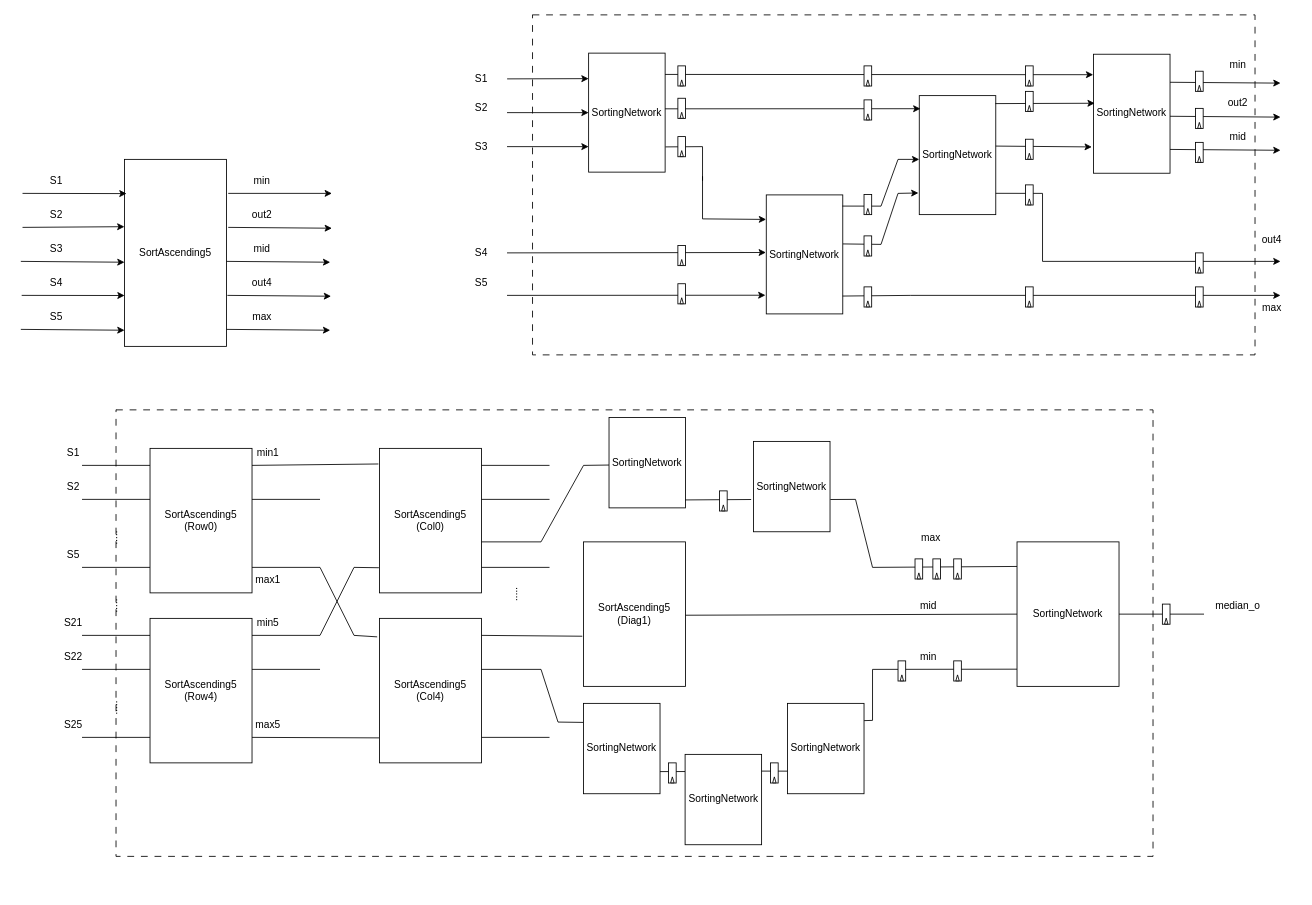
Earlier version of the draw.io diagram Draw/MedianFilterModules/Median5x5Calc.drawio (Hieuueihm/Thesis). Source tidied: cells renumbered, new cells numbered last; positions are measured from the earlier drawing's top-left corner, leaving out a move shared by most shapes. Both pictures are drawn from the tidied source at 85%, with x=0, y=0 at pixel (20, 14).
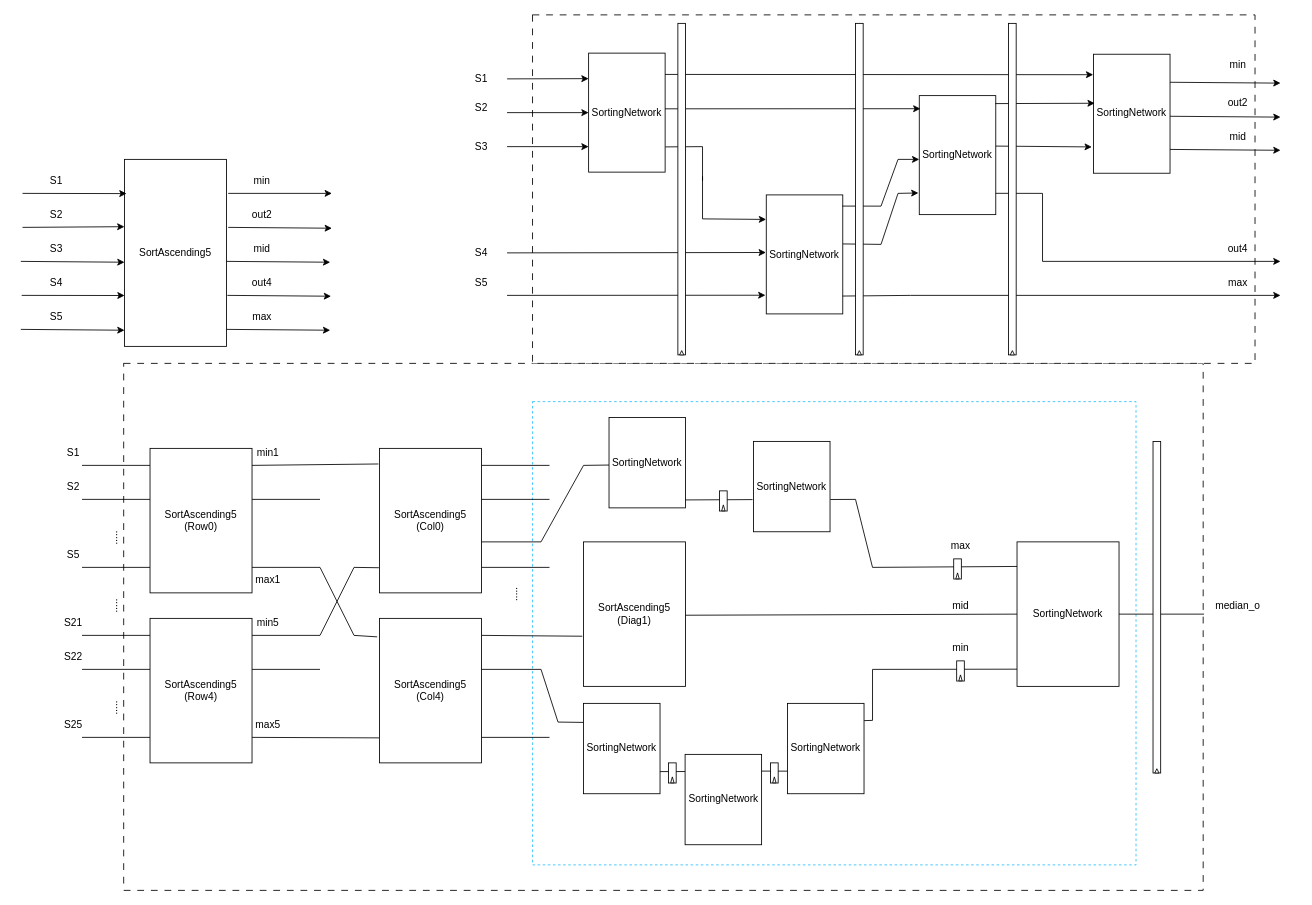
The same page after the edit.

The change refers to these unchanged cells:
```xml
<mxCell id="94" value="SortingNetwork" style="rounded=0;whiteSpace=wrap;html=1;" parent="1" vertex="1">
  <mxGeometry x="692" y="473.7" width="90" height="106.3" as="geometry" />
</mxCell>
<mxCell id="95" value="SortingNetwork" style="rounded=0;whiteSpace=wrap;html=1;" parent="1" vertex="1">
  <mxGeometry x="862" y="501.8" width="90" height="106.3" as="geometry" />
</mxCell>
```

Change to the diagram source:
```diff
@@
+    <mxCell id="3" style="rounded=0;whiteSpace=wrap;html=1;dashed=1;dashPattern=8 8;" parent="1" vertex="1">
+      <mxGeometry x="121" y="410" width="1270" height="620" as="geometry" />
+    </mxCell>
+    <mxCell id="198" style="rounded=0;whiteSpace=wrap;html=1;dashed=1;strokeColor=#2EC0FF;" parent="1" vertex="1">
+      <mxGeometry x="602" y="455" width="710" height="545" as="geometry" />
+    </mxCell>
     <mxCell id="2" style="rounded=0;whiteSpace=wrap;html=1;dashed=1;dashPattern=8 8;" parent="1" vertex="1">
-      <mxGeometry x="602" width="850" height="400" as="geometry" />
+      <mxGeometry x="602" width="850" height="410" as="geometry" />
     </mxCell>
-    <mxCell id="3" style="rounded=0;whiteSpace=wrap;html=1;dashed=1;dashPattern=8 8;" parent="1" vertex="1">
-      <mxGeometry x="112" y="464.7" width="1220" height="525.3" as="geometry" />
-    </mxCell>
@@
     <mxCell id="45" value="mid" style="text;html=1;align=center;verticalAlign=middle;whiteSpace=wrap;rounded=0;" parent="1" vertex="1">
-      <mxGeometry x="1037.5" y="680" width="60" height="30" as="geometry" />
+      <mxGeometry x="1075.5" y="680" width="60" height="30" as="geometry" />
     </mxCell>
     <mxCell id="46" value="min" style="text;html=1;align=center;verticalAlign=middle;whiteSpace=wrap;rounded=0;" parent="1" vertex="1">
-      <mxGeometry x="1037.5" y="740" width="60" height="30" as="geometry" />
+      <mxGeometry x="1075.5" y="730" width="60" height="30" as="geometry" />
     </mxCell>
@@
     <mxCell id="84" value="max" style="text;html=1;align=center;verticalAlign=middle;whiteSpace=wrap;rounded=0;" parent="1" vertex="1">
-      <mxGeometry x="1442" y="330" width="60" height="30" as="geometry" />
+      <mxGeometry x="1402" y="300" width="60" height="30" as="geometry" />
     </mxCell>
@@
     <mxCell id="86" value="out4" style="text;html=1;align=center;verticalAlign=middle;whiteSpace=wrap;rounded=0;" parent="1" vertex="1">
-      <mxGeometry x="1442" y="250" width="60" height="30" as="geometry" />
+      <mxGeometry x="1402" y="260" width="60" height="30" as="geometry" />
     </mxCell>
@@
-    <mxCell id="96" style="endArrow=none;html=1;rounded=0;exitX=0.995;exitY=0.912;exitDx=0;exitDy=0;exitPerimeter=0;entryX=-0.031;entryY=0.643;entryDx=0;entryDy=0;entryPerimeter=0;" parent="1" edge="1" source="94" target="95">
+    <mxCell id="96" style="endArrow=none;html=1;rounded=0;exitX=0.995;exitY=0.912;exitDx=0;exitDy=0;exitPerimeter=0;entryX=-0.013;entryY=0.644;entryDx=0;entryDy=0;entryPerimeter=0;" parent="1" edge="1" source="94" target="95">
       <mxGeometry relative="1" as="geometry" />
     </mxCell>
@@
     <mxCell id="100" value="max" style="text;html=1;align=center;verticalAlign=middle;whiteSpace=wrap;rounded=0;" parent="1" vertex="1">
-      <mxGeometry x="1041" y="600" width="60" height="30" as="geometry" />
+      <mxGeometry x="1075.5" y="610" width="60" height="30" as="geometry" />
     </mxCell>
@@
     <mxCell id="106" style="group;" parent="1" vertex="1">
-      <mxGeometry x="1097.5" y="760" width="9" height="23.7" as="geometry" />
+      <mxGeometry x="1101" y="760" width="9" height="23.7" as="geometry" />
     </mxCell>
@@
-    <mxCell id="109" style="group;" parent="1" vertex="1">
-      <mxGeometry x="1343" y="693.2" width="9" height="23.7" as="geometry" />
-    </mxCell>
-    <mxCell id="110" style="rounded=0;whiteSpace=wrap;html=1;" parent="109" vertex="1">
-      <mxGeometry width="9" height="23.7" as="geometry" />
-    </mxCell>
-    <mxCell id="111" style="triangle;whiteSpace=wrap;html=1;rotation=270;" parent="109" vertex="1">
-      <mxGeometry x="1" y="18" width="7" height="4" as="geometry" />
-    </mxCell>
-    <mxCell id="112" style="group;" parent="1" vertex="1">
-      <mxGeometry x="773" y="143.2" width="9" height="23.7" as="geometry" />
-    </mxCell>
-    <mxCell id="113" style="rounded=0;whiteSpace=wrap;html=1;" parent="112" vertex="1">
-      <mxGeometry width="9" height="23.7" as="geometry" />
-    </mxCell>
-    <mxCell id="114" style="triangle;whiteSpace=wrap;html=1;rotation=270;" parent="112" vertex="1">
-      <mxGeometry x="1" y="18" width="7" height="4" as="geometry" />
-    </mxCell>
-    <mxCell id="115" style="group;" parent="1" vertex="1">
-      <mxGeometry x="773" y="316.3" width="9" height="23.7" as="geometry" />
-    </mxCell>
-    <mxCell id="116" style="rounded=0;whiteSpace=wrap;html=1;" parent="115" vertex="1">
-      <mxGeometry width="9" height="23.7" as="geometry" />
-    </mxCell>
-    <mxCell id="117" style="triangle;whiteSpace=wrap;html=1;rotation=270;" parent="115" vertex="1">
-      <mxGeometry x="1" y="18" width="7" height="4" as="geometry" />
-    </mxCell>
-    <mxCell id="118" style="group;" parent="1" vertex="1">
-      <mxGeometry x="773" y="271.3" width="9" height="23.7" as="geometry" />
-    </mxCell>
-    <mxCell id="119" style="rounded=0;whiteSpace=wrap;html=1;" parent="118" vertex="1">
-      <mxGeometry width="9" height="23.7" as="geometry" />
-    </mxCell>
-    <mxCell id="120" style="triangle;whiteSpace=wrap;html=1;rotation=270;" parent="118" vertex="1">
-      <mxGeometry x="1" y="18" width="7" height="4" as="geometry" />
-    </mxCell>
@@
-    <mxCell id="122" style="group;" parent="1" vertex="1">
-      <mxGeometry x="773" y="98.1" width="9" height="23.7" as="geometry" />
-    </mxCell>
-    <mxCell id="123" style="rounded=0;whiteSpace=wrap;html=1;" parent="122" vertex="1">
-      <mxGeometry width="9" height="23.7" as="geometry" />
-    </mxCell>
-    <mxCell id="124" style="triangle;whiteSpace=wrap;html=1;rotation=270;" parent="122" vertex="1">
-      <mxGeometry x="1" y="18" width="7" height="4" as="geometry" />
-    </mxCell>
@@
-    <mxCell id="126" style="group;" parent="1" vertex="1">
-      <mxGeometry x="773" y="60" width="9" height="23.7" as="geometry" />
-    </mxCell>
-    <mxCell id="127" style="rounded=0;whiteSpace=wrap;html=1;" parent="126" vertex="1">
-      <mxGeometry width="9" height="23.7" as="geometry" />
-    </mxCell>
-    <mxCell id="128" style="triangle;whiteSpace=wrap;html=1;rotation=270;" parent="126" vertex="1">
-      <mxGeometry x="1" y="18" width="7" height="4" as="geometry" />
-    </mxCell>
@@
-    <mxCell id="130" style="group;" parent="1" vertex="1">
-      <mxGeometry x="992" y="211.3" width="9" height="23.7" as="geometry" />
-    </mxCell>
-    <mxCell id="131" style="rounded=0;whiteSpace=wrap;html=1;" parent="130" vertex="1">
-      <mxGeometry width="9" height="23.7" as="geometry" />
-    </mxCell>
-    <mxCell id="132" style="triangle;whiteSpace=wrap;html=1;rotation=270;" parent="130" vertex="1">
-      <mxGeometry x="1" y="18" width="7" height="4" as="geometry" />
-    </mxCell>
@@
-    <mxCell id="134" style="group;" parent="1" vertex="1">
-      <mxGeometry x="992" y="260" width="9" height="23.7" as="geometry" />
-    </mxCell>
-    <mxCell id="135" style="rounded=0;whiteSpace=wrap;html=1;" parent="134" vertex="1">
-      <mxGeometry width="9" height="23.7" as="geometry" />
-    </mxCell>
-    <mxCell id="136" style="triangle;whiteSpace=wrap;html=1;rotation=270;" parent="134" vertex="1">
-      <mxGeometry x="1" y="18" width="7" height="4" as="geometry" />
-    </mxCell>
@@
-    <mxCell id="138" style="group;" parent="1" vertex="1">
-      <mxGeometry x="992" y="320" width="9" height="23.7" as="geometry" />
-    </mxCell>
-    <mxCell id="139" style="rounded=0;whiteSpace=wrap;html=1;" parent="138" vertex="1">
-      <mxGeometry width="9" height="23.7" as="geometry" />
-    </mxCell>
-    <mxCell id="140" style="triangle;whiteSpace=wrap;html=1;rotation=270;" parent="138" vertex="1">
-      <mxGeometry x="1" y="18" width="7" height="4" as="geometry" />
-    </mxCell>
@@
-    <mxCell id="142" style="group;" parent="1" vertex="1">
-      <mxGeometry x="1182" y="200" width="9" height="23.7" as="geometry" />
-    </mxCell>
-    <mxCell id="143" style="rounded=0;whiteSpace=wrap;html=1;" parent="142" vertex="1">
-      <mxGeometry width="9" height="23.7" as="geometry" />
-    </mxCell>
-    <mxCell id="144" style="triangle;whiteSpace=wrap;html=1;rotation=270;" parent="142" vertex="1">
-      <mxGeometry x="1" y="18" width="7" height="4" as="geometry" />
-    </mxCell>
@@
-    <mxCell id="146" style="group;" parent="1" vertex="1">
-      <mxGeometry x="1182" y="90" width="9" height="23.7" as="geometry" />
-    </mxCell>
-    <mxCell id="147" style="rounded=0;whiteSpace=wrap;html=1;" parent="146" vertex="1">
-      <mxGeometry width="9" height="23.7" as="geometry" />
-    </mxCell>
-    <mxCell id="148" style="triangle;whiteSpace=wrap;html=1;rotation=270;" parent="146" vertex="1">
-      <mxGeometry x="1" y="18" width="7" height="4" as="geometry" />
-    </mxCell>
@@
-    <mxCell id="150" style="group;" parent="1" vertex="1">
-      <mxGeometry x="1182" y="146.3" width="9" height="23.7" as="geometry" />
-    </mxCell>
-    <mxCell id="151" style="rounded=0;whiteSpace=wrap;html=1;" parent="150" vertex="1">
-      <mxGeometry width="9" height="23.7" as="geometry" />
-    </mxCell>
-    <mxCell id="152" style="triangle;whiteSpace=wrap;html=1;rotation=270;" parent="150" vertex="1">
-      <mxGeometry x="1" y="18" width="7" height="4" as="geometry" />
-    </mxCell>
-    <mxCell id="153" style="group;" parent="1" vertex="1">
-      <mxGeometry x="1382" y="66.3" width="9" height="23.7" as="geometry" />
-    </mxCell>
-    <mxCell id="154" style="rounded=0;whiteSpace=wrap;html=1;" parent="153" vertex="1">
-      <mxGeometry width="9" height="23.7" as="geometry" />
-    </mxCell>
-    <mxCell id="155" style="triangle;whiteSpace=wrap;html=1;rotation=270;" parent="153" vertex="1">
-      <mxGeometry x="1" y="18" width="7" height="4" as="geometry" />
-    </mxCell>
-    <mxCell id="156" style="group;" parent="1" vertex="1">
-      <mxGeometry x="1382" y="110" width="9" height="23.7" as="geometry" />
-    </mxCell>
-    <mxCell id="157" style="rounded=0;whiteSpace=wrap;html=1;" parent="156" vertex="1">
-      <mxGeometry width="9" height="23.7" as="geometry" />
-    </mxCell>
-    <mxCell id="158" style="triangle;whiteSpace=wrap;html=1;rotation=270;" parent="156" vertex="1">
-      <mxGeometry x="1" y="18" width="7" height="4" as="geometry" />
-    </mxCell>
-    <mxCell id="159" style="group;" parent="1" vertex="1">
-      <mxGeometry x="1382" y="150" width="9" height="23.7" as="geometry" />
-    </mxCell>
-    <mxCell id="160" style="rounded=0;whiteSpace=wrap;html=1;" parent="159" vertex="1">
-      <mxGeometry width="9" height="23.7" as="geometry" />
-    </mxCell>
-    <mxCell id="161" style="triangle;whiteSpace=wrap;html=1;rotation=270;" parent="159" vertex="1">
-      <mxGeometry x="1" y="18" width="7" height="4" as="geometry" />
-    </mxCell>
@@
-    <mxCell id="171" style="group;" parent="1" vertex="1">
-      <mxGeometry x="992" y="100" width="9" height="23.7" as="geometry" />
-    </mxCell>
-    <mxCell id="172" style="rounded=0;whiteSpace=wrap;html=1;" parent="171" vertex="1">
-      <mxGeometry width="9" height="23.7" as="geometry" />
-    </mxCell>
-    <mxCell id="173" style="triangle;whiteSpace=wrap;html=1;rotation=270;" parent="171" vertex="1">
-      <mxGeometry x="1" y="18" width="7" height="4" as="geometry" />
-    </mxCell>
-    <mxCell id="174" style="group;" parent="1" vertex="1">
-      <mxGeometry x="992" y="60" width="9" height="23.7" as="geometry" />
-    </mxCell>
-    <mxCell id="175" style="rounded=0;whiteSpace=wrap;html=1;" parent="174" vertex="1">
-      <mxGeometry width="9" height="23.7" as="geometry" />
-    </mxCell>
-    <mxCell id="176" style="triangle;whiteSpace=wrap;html=1;rotation=270;" parent="174" vertex="1">
-      <mxGeometry x="1" y="18" width="7" height="4" as="geometry" />
-    </mxCell>
-    <mxCell id="177" style="group;" parent="1" vertex="1">
-      <mxGeometry x="1182" y="60" width="9" height="23.7" as="geometry" />
-    </mxCell>
-    <mxCell id="178" style="rounded=0;whiteSpace=wrap;html=1;" parent="177" vertex="1">
-      <mxGeometry width="9" height="23.7" as="geometry" />
-    </mxCell>
-    <mxCell id="179" style="triangle;whiteSpace=wrap;html=1;rotation=270;" parent="177" vertex="1">
-      <mxGeometry x="1" y="18" width="7" height="4" as="geometry" />
-    </mxCell>
-    <mxCell id="180" style="group;" parent="1" vertex="1">
-      <mxGeometry x="1182" y="320" width="9" height="23.7" as="geometry" />
-    </mxCell>
-    <mxCell id="181" style="rounded=0;whiteSpace=wrap;html=1;" parent="180" vertex="1">
-      <mxGeometry width="9" height="23.7" as="geometry" />
-    </mxCell>
-    <mxCell id="182" style="triangle;whiteSpace=wrap;html=1;rotation=270;" parent="180" vertex="1">
-      <mxGeometry x="1" y="18" width="7" height="4" as="geometry" />
-    </mxCell>
-    <mxCell id="183" style="group;" parent="1" vertex="1">
-      <mxGeometry x="1382" y="320" width="9" height="23.7" as="geometry" />
-    </mxCell>
-    <mxCell id="184" style="rounded=0;whiteSpace=wrap;html=1;" parent="183" vertex="1">
-      <mxGeometry width="9" height="23.7" as="geometry" />
-    </mxCell>
-    <mxCell id="185" style="triangle;whiteSpace=wrap;html=1;rotation=270;" parent="183" vertex="1">
-      <mxGeometry x="1" y="18" width="7" height="4" as="geometry" />
-    </mxCell>
-    <mxCell id="186" style="group;" parent="1" vertex="1">
-      <mxGeometry x="1382" y="280" width="9" height="23.7" as="geometry" />
-    </mxCell>
-    <mxCell id="187" style="rounded=0;whiteSpace=wrap;html=1;" parent="186" vertex="1">
-      <mxGeometry width="9" height="23.7" as="geometry" />
-    </mxCell>
-    <mxCell id="188" style="triangle;whiteSpace=wrap;html=1;rotation=270;" parent="186" vertex="1">
-      <mxGeometry x="1" y="18" width="7" height="4" as="geometry" />
-    </mxCell>
-    <mxCell id="189" style="group;" parent="1" vertex="1">
-      <mxGeometry x="1032" y="760" width="9" height="23.7" as="geometry" />
-    </mxCell>
-    <mxCell id="190" style="rounded=0;whiteSpace=wrap;html=1;" parent="189" vertex="1">
-      <mxGeometry width="9" height="23.7" as="geometry" />
-    </mxCell>
-    <mxCell id="191" style="triangle;whiteSpace=wrap;html=1;rotation=270;" parent="189" vertex="1">
-      <mxGeometry x="1" y="18" width="7" height="4" as="geometry" />
-    </mxCell>
-    <mxCell id="192" style="group;" parent="1" vertex="1">
-      <mxGeometry x="1073" y="640" width="9" height="23.7" as="geometry" />
-    </mxCell>
-    <mxCell id="193" style="rounded=0;whiteSpace=wrap;html=1;" parent="192" vertex="1">
-      <mxGeometry width="9" height="23.7" as="geometry" />
-    </mxCell>
-    <mxCell id="194" style="triangle;whiteSpace=wrap;html=1;rotation=270;" parent="192" vertex="1">
-      <mxGeometry x="1" y="18" width="7" height="4" as="geometry" />
-    </mxCell>
-    <mxCell id="195" style="group;" parent="1" vertex="1">
-      <mxGeometry x="1052" y="640" width="9" height="23.7" as="geometry" />
-    </mxCell>
-    <mxCell id="196" style="rounded=0;whiteSpace=wrap;html=1;" parent="195" vertex="1">
-      <mxGeometry width="9" height="23.7" as="geometry" />
-    </mxCell>
-    <mxCell id="197" style="triangle;whiteSpace=wrap;html=1;rotation=270;" parent="195" vertex="1">
-      <mxGeometry x="1" y="18" width="7" height="4" as="geometry" />
-    </mxCell>
+    <mxCell id="199" style="group;" parent="1" vertex="1">
+      <mxGeometry x="773" y="10" width="9" height="390" as="geometry" />
+    </mxCell>
+    <mxCell id="200" style="rounded=0;whiteSpace=wrap;html=1;" parent="199" vertex="1">
+      <mxGeometry width="9" height="390" as="geometry" />
+    </mxCell>
+    <mxCell id="201" style="triangle;whiteSpace=wrap;html=1;rotation=270;" parent="199" vertex="1">
+      <mxGeometry x="2" y="385" width="5" height="5" as="geometry" />
+    </mxCell>
+    <mxCell id="202" style="group;" parent="1" vertex="1">
+      <mxGeometry x="982" y="10" width="9" height="390" as="geometry" />
+    </mxCell>
+    <mxCell id="203" style="rounded=0;whiteSpace=wrap;html=1;" parent="202" vertex="1">
+      <mxGeometry width="9" height="390" as="geometry" />
+    </mxCell>
+    <mxCell id="204" style="triangle;whiteSpace=wrap;html=1;rotation=270;" parent="202" vertex="1">
+      <mxGeometry x="2" y="385" width="5" height="5" as="geometry" />
+    </mxCell>
+    <mxCell id="205" style="group;" parent="1" vertex="1">
+      <mxGeometry x="1162" y="10" width="9" height="390" as="geometry" />
+    </mxCell>
+    <mxCell id="206" style="rounded=0;whiteSpace=wrap;html=1;" parent="205" vertex="1">
+      <mxGeometry width="9" height="390" as="geometry" />
+    </mxCell>
+    <mxCell id="207" style="triangle;whiteSpace=wrap;html=1;rotation=270;" parent="205" vertex="1">
+      <mxGeometry x="2" y="385" width="5" height="5" as="geometry" />
+    </mxCell>
+    <mxCell id="208" style="group;" parent="1" vertex="1">
+      <mxGeometry x="1332" y="501.9" width="9" height="390" as="geometry" />
+    </mxCell>
+    <mxCell id="209" style="rounded=0;whiteSpace=wrap;html=1;" parent="208" vertex="1">
+      <mxGeometry width="9" height="390" as="geometry" />
+    </mxCell>
+    <mxCell id="210" style="triangle;whiteSpace=wrap;html=1;rotation=270;" parent="208" vertex="1">
+      <mxGeometry x="2" y="385" width="5" height="5" as="geometry" />
+    </mxCell>
```
